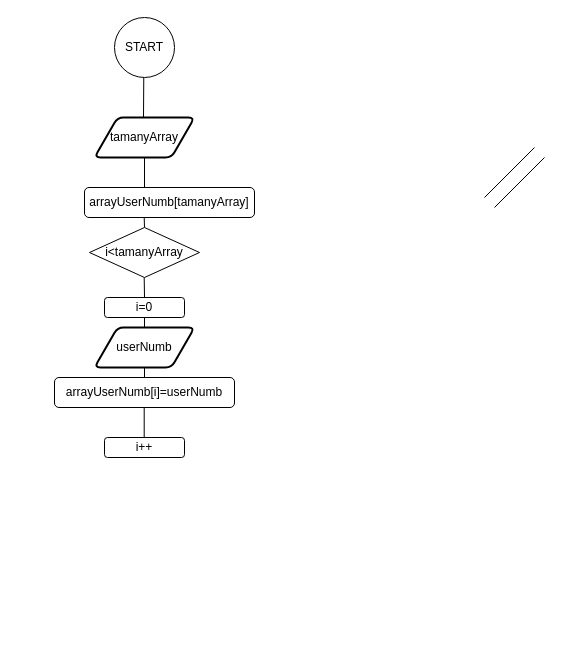
This is flowchar_sergio_vegas.drawio from SergioVegas/T2.-AC4.-Disseny-modular-i-optimitzaci-, a draw.io file, before an edit. Source tidied: cells renumbered, new cells numbered last; positions are measured from the earlier drawing's top-left corner, leaving out a move shared by most shapes. Both pictures are drawn from the tidied source at 100%, with x=0, y=0 at pixel (54, 17).
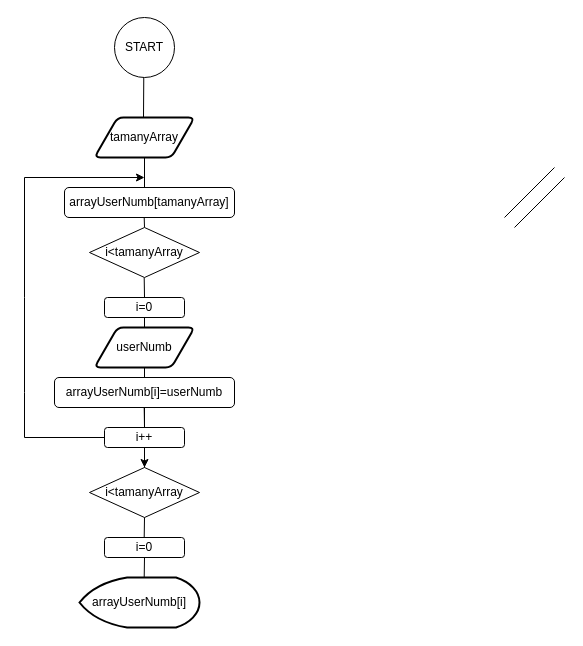
After the change.

The change refers to these unchanged cells:
```xml
<mxCell id="16" value="arrayUserNumb[i]=userNumb" style="rounded=1;whiteSpace=wrap;html=1;" parent="1" vertex="1">
  <mxGeometry y="360" width="180" height="30" as="geometry" />
</mxCell>
```

Diff of the diagram source:
```diff
@@
     <mxCell id="12" style="endArrow=none;html=1;rounded=0;" parent="1" edge="1">
       <mxGeometry relative="1" as="geometry">
-        <mxPoint x="89.7" y="420" as="sourcePoint" />
+        <mxPoint x="90" y="410" as="sourcePoint" />
         <mxPoint x="89.7" y="390" as="targetPoint" />
       </mxGeometry>
     </mxCell>
-    <mxCell id="13" style="endArrow=none;html=1;rounded=0;" parent="1" edge="1">
-      <mxGeometry relative="1" as="geometry">
-        <mxPoint x="430" y="180" as="sourcePoint" />
-        <mxPoint x="480" y="130" as="targetPoint" />
-      </mxGeometry>
-    </mxCell>
-    <mxCell id="14" style="endArrow=none;html=1;rounded=0;" parent="1" edge="1">
+    <mxCell id="14" style="endArrow=none;html=1;rounded=0;entryX=0.5;entryY=1;entryDx=0;entryDy=0;" parent="1" edge="1" target="17">
       <mxGeometry relative="1" as="geometry">
-        <mxPoint x="440" y="190" as="sourcePoint" />
-        <mxPoint x="490" y="140" as="targetPoint" />
+        <mxPoint x="90" y="480" as="sourcePoint" />
       </mxGeometry>
     </mxCell>
     <mxCell id="15" value="arrayUserNumb[tamanyArray]" style="rounded=1;whiteSpace=wrap;html=1;" parent="1" vertex="1">
-      <mxGeometry x="30" y="170" width="170" height="30" as="geometry" />
+      <mxGeometry x="10" y="170" width="170" height="30" as="geometry" />
     </mxCell>
+    <mxCell id="19" style="edgeStyle=orthogonalEdgeStyle;rounded=0;jettySize=auto;html=1;" parent="1" edge="1" source="16" target="23">
+      <mxGeometry relative="1" as="geometry" />
+    </mxCell>
@@
     <mxCell id="17" value="i++" style="rounded=1;whiteSpace=wrap;html=1;" parent="1" vertex="1">
-      <mxGeometry x="50" y="420" width="80" height="20" as="geometry" />
+      <mxGeometry x="50" y="410" width="80" height="20" as="geometry" />
     </mxCell>
@@
+    <mxCell id="20" style="endArrow=classic;html=1;rounded=0;exitX=0;exitY=0.5;exitDx=0;exitDy=0;" parent="1" edge="1" source="17">
+      <mxGeometry relative="1" as="geometry">
+        <mxPoint x="90" y="160" as="targetPoint" />
+        <Array as="points">
+          <mxPoint x="-30" y="420" />
+          <mxPoint x="-30" y="375" />
+          <mxPoint x="-30" y="280" />
+          <mxPoint x="-30" y="160" />
+        </Array>
+      </mxGeometry>
+    </mxCell>
+    <mxCell id="21" style="endArrow=none;html=1;rounded=0;" parent="1" edge="1">
+      <mxGeometry relative="1" as="geometry">
+        <mxPoint x="450" y="200" as="sourcePoint" />
+        <mxPoint x="500" y="150" as="targetPoint" />
+      </mxGeometry>
+    </mxCell>
+    <mxCell id="22" style="endArrow=none;html=1;rounded=0;" parent="1" edge="1">
+      <mxGeometry relative="1" as="geometry">
+        <mxPoint x="460" y="210" as="sourcePoint" />
+        <mxPoint x="510" y="160" as="targetPoint" />
+      </mxGeometry>
+    </mxCell>
+    <mxCell id="23" value="i&amp;lt;tamanyArray" style="rhombus;whiteSpace=wrap;html=1;" parent="1" vertex="1">
+      <mxGeometry x="35" y="450" width="110" height="50" as="geometry" />
+    </mxCell>
+    <mxCell id="24" value="i=0" style="rounded=1;whiteSpace=wrap;html=1;" parent="1" vertex="1">
+      <mxGeometry x="50" y="520" width="80" height="20" as="geometry" />
+    </mxCell>
+    <mxCell id="25" style="endArrow=none;html=1;rounded=0;exitX=0.5;exitY=0;exitDx=0;exitDy=0;" parent="1" edge="1">
+      <mxGeometry relative="1" as="geometry">
+        <mxPoint x="89.7" y="520" as="sourcePoint" />
+        <mxPoint x="90" y="500" as="targetPoint" />
+      </mxGeometry>
+    </mxCell>
+    <mxCell id="26" value="arrayUserNumb[i]" style="strokeWidth=2;html=1;shape=mxgraph.flowchart.display;whiteSpace=wrap;" parent="1" vertex="1">
+      <mxGeometry x="25" y="560" width="120" height="50" as="geometry" />
+    </mxCell>
+    <mxCell id="27" style="endArrow=none;html=1;rounded=0;exitX=0.5;exitY=0;exitDx=0;exitDy=0;" parent="1" edge="1">
+      <mxGeometry relative="1" as="geometry">
+        <mxPoint x="89.7" y="560" as="sourcePoint" />
+        <mxPoint x="90" y="540" as="targetPoint" />
+      </mxGeometry>
+    </mxCell>
```
